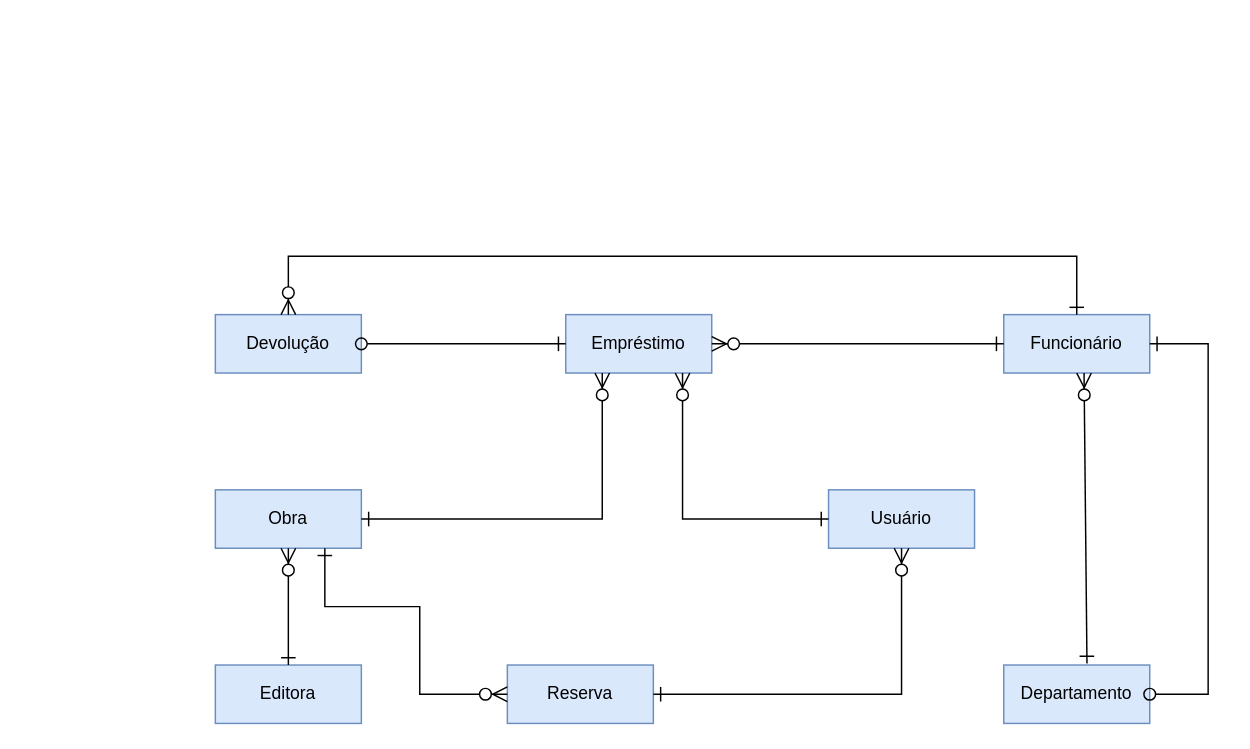
Earlier version of the draw.io diagram DiagramaBiblioteca3forma.drawio (igopotypi/IGORARTES). Source tidied: cells renumbered, new cells numbered last; positions are measured from the earlier drawing's top-left corner, leaving out a move shared by most shapes. Both pictures are drawn from the tidied source at 146%, with x=0, y=0 at pixel (215, 256).
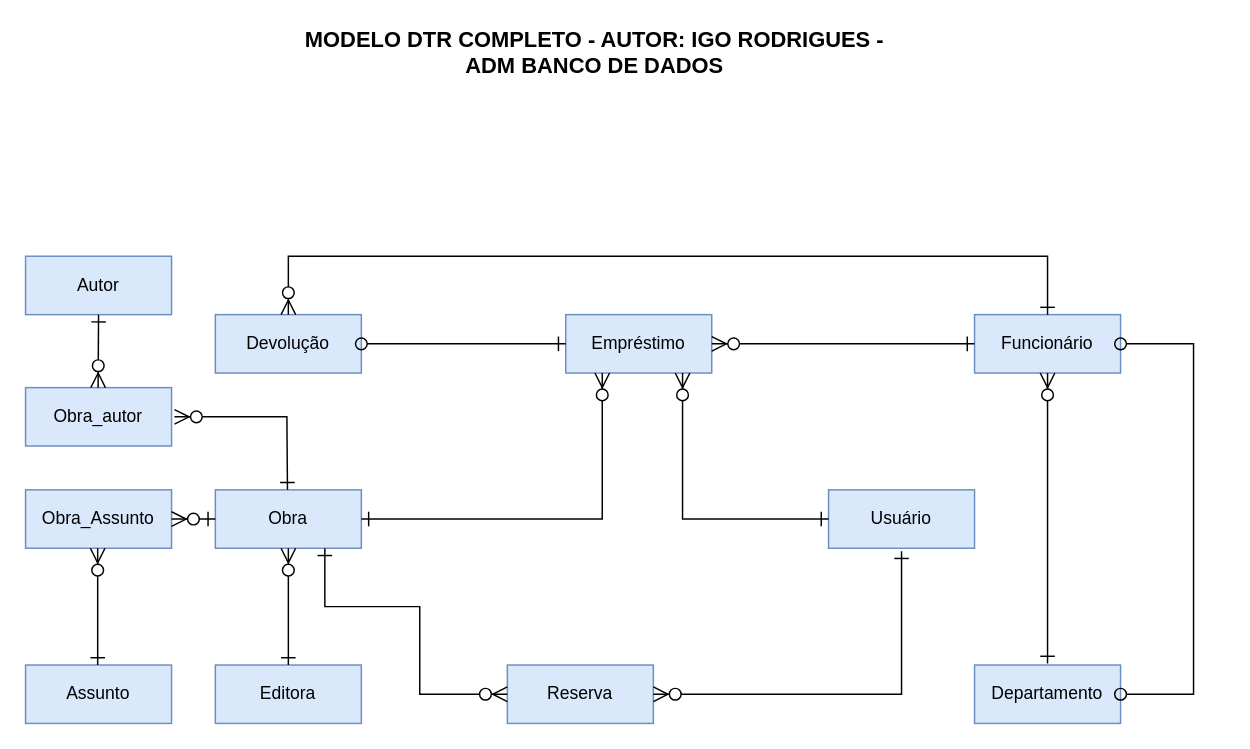
Above is the later version.

The change refers to these unchanged cells:
```xml
<mxCell id="2" value="Obra" style="whiteSpace=wrap;html=1;align=center;fillColor=#dae8fc;strokeColor=#6c8ebf;" parent="1" vertex="1">
  <mxGeometry y="160" width="100" height="40" as="geometry" />
</mxCell>
<mxCell id="3" value="Devolução" style="whiteSpace=wrap;html=1;align=center;fillColor=#dae8fc;strokeColor=#6c8ebf;" parent="1" vertex="1">
  <mxGeometry y="40" width="100" height="40" as="geometry" />
</mxCell>
<mxCell id="7" value="Usuário" style="whiteSpace=wrap;html=1;align=center;fillColor=#dae8fc;strokeColor=#6c8ebf;" parent="1" vertex="1">
  <mxGeometry x="420" y="160" width="100" height="40" as="geometry" />
</mxCell>
<mxCell id="8" value="Reserva" style="whiteSpace=wrap;html=1;align=center;fillColor=#dae8fc;strokeColor=#6c8ebf;" parent="1" vertex="1">
  <mxGeometry x="200" y="280" width="100" height="40" as="geometry" />
</mxCell>
```

What changed in the source:
```diff
@@
     <mxCell id="6" value="Funcionário" style="whiteSpace=wrap;html=1;align=center;fillColor=#dae8fc;strokeColor=#6c8ebf;" parent="1" vertex="1">
-      <mxGeometry x="540" y="40" width="100" height="40" as="geometry" />
+      <mxGeometry x="520" y="40" width="100" height="40" as="geometry" />
     </mxCell>
@@
     <mxCell id="9" value="Departamento" style="whiteSpace=wrap;html=1;align=center;fillColor=#dae8fc;strokeColor=#6c8ebf;" parent="1" vertex="1">
-      <mxGeometry x="540" y="280" width="100" height="40" as="geometry" />
+      <mxGeometry x="520" y="280" width="100" height="40" as="geometry" />
     </mxCell>
@@
     <mxCell id="12" style="endArrow=ERone;html=1;rounded=0;endFill=0;startArrow=ERzeroToMany;startFill=1;entryX=0.5;entryY=0;entryDx=0;entryDy=0;exitX=0.5;exitY=0;exitDx=0;exitDy=0;endSize=8;targetPerimeterSpacing=2;sourcePerimeterSpacing=2;startSize=8;" parent="1" edge="1" source="3" target="6">
       <mxGeometry relative="1" as="geometry">
         <Array as="points">
           <mxPoint x="50" />
-          <mxPoint x="590" />
+          <mxPoint x="570" />
         </Array>
       </mxGeometry>
     </mxCell>
-    <mxCell id="13" style="endArrow=ERzeroToMany;html=1;rounded=0;endFill=1;startArrow=ERone;startFill=0;exitX=0.57;exitY=-0.025;exitDx=0;exitDy=0;exitPerimeter=0;endSize=8;targetPerimeterSpacing=2;sourcePerimeterSpacing=2;startSize=8;" parent="1" edge="1" source="9">
+    <mxCell id="13" style="endArrow=ERzeroToMany;html=1;rounded=0;endFill=1;startArrow=ERone;startFill=0;endSize=8;targetPerimeterSpacing=2;sourcePerimeterSpacing=2;startSize=8;entryX=0.5;entryY=1;entryDx=0;entryDy=0;" parent="1" edge="1" target="6">
       <mxGeometry relative="1" as="geometry">
-        <mxPoint x="595" y="80" as="targetPoint" />
+        <mxPoint x="570" y="279" as="sourcePoint" />
       </mxGeometry>
     </mxCell>
-    <mxCell id="14" style="endArrow=ERone;html=1;rounded=0;endFill=0;startArrow=oval;startFill=0;entryX=1;entryY=0.5;entryDx=0;entryDy=0;exitX=1;exitY=0.5;exitDx=0;exitDy=0;endSize=8;targetPerimeterSpacing=2;sourcePerimeterSpacing=2;startSize=8;" parent="1" edge="1" source="9" target="6">
+    <mxCell id="14" style="endArrow=oval;html=1;rounded=0;endFill=0;startArrow=oval;startFill=0;entryX=1;entryY=0.5;entryDx=0;entryDy=0;exitX=1;exitY=0.5;exitDx=0;exitDy=0;endSize=8;targetPerimeterSpacing=2;sourcePerimeterSpacing=2;startSize=8;" parent="1" edge="1" source="9" target="6">
       <mxGeometry relative="1" as="geometry">
         <Array as="points">
-          <mxPoint x="680" y="300" />
-          <mxPoint x="680" y="60" />
+          <mxPoint x="670" y="300" />
+          <mxPoint x="670" y="60" />
         </Array>
       </mxGeometry>
     </mxCell>
@@
-    <mxCell id="18" style="endArrow=ERzeroToMany;html=1;rounded=0;endFill=1;startArrow=ERone;startFill=0;entryX=0.5;entryY=1;entryDx=0;entryDy=0;exitX=1;exitY=0.5;exitDx=0;exitDy=0;endSize=8;targetPerimeterSpacing=2;sourcePerimeterSpacing=2;startSize=8;" parent="1" edge="1" source="8" target="7">
+    <mxCell id="18" style="endArrow=ERzeroToMany;html=1;rounded=0;endFill=1;startArrow=ERone;startFill=0;endSize=8;targetPerimeterSpacing=2;sourcePerimeterSpacing=2;startSize=8;entryX=1;entryY=0.5;entryDx=0;entryDy=0;" parent="1" edge="1" source="7" target="8">
       <mxGeometry relative="1" as="geometry">
         <Array as="points">
           <mxPoint x="470" y="300" />
         </Array>
       </mxGeometry>
     </mxCell>
@@
+    <mxCell id="20" value="Assunto" style="whiteSpace=wrap;html=1;align=center;fillColor=#dae8fc;strokeColor=#6c8ebf;" parent="1" vertex="1">
+      <mxGeometry x="-130" y="280" width="100" height="40" as="geometry" />
+    </mxCell>
+    <mxCell id="21" value="Obra_Assunto" style="whiteSpace=wrap;html=1;align=center;fillColor=#dae8fc;strokeColor=#6c8ebf;" parent="1" vertex="1">
+      <mxGeometry x="-130" y="160" width="100" height="40" as="geometry" />
+    </mxCell>
+    <mxCell id="22" value="Obra_autor" style="whiteSpace=wrap;html=1;align=center;fillColor=#dae8fc;strokeColor=#6c8ebf;" parent="1" vertex="1">
+      <mxGeometry x="-130" y="90" width="100" height="40" as="geometry" />
+    </mxCell>
+    <mxCell id="23" value="Autor" style="whiteSpace=wrap;html=1;align=center;fillColor=#dae8fc;strokeColor=#6c8ebf;" parent="1" vertex="1">
+      <mxGeometry x="-130" width="100" height="40" as="geometry" />
+    </mxCell>
+    <mxCell id="24" style="endArrow=ERzeroToMany;html=1;rounded=0;endFill=1;startArrow=ERone;startFill=0;exitX=0.5;exitY=0;exitDx=0;exitDy=0;endSize=8;targetPerimeterSpacing=2;sourcePerimeterSpacing=2;startSize=8;" parent="1" edge="1">
+      <mxGeometry relative="1" as="geometry">
+        <mxPoint x="-80.6" y="280" as="sourcePoint" />
+        <mxPoint x="-80.6" y="200" as="targetPoint" />
+      </mxGeometry>
+    </mxCell>
+    <mxCell id="25" style="endArrow=ERzeroToMany;html=1;rounded=0;endFill=1;startArrow=ERone;startFill=0;exitX=0.5;exitY=0;exitDx=0;exitDy=0;endSize=8;targetPerimeterSpacing=2;sourcePerimeterSpacing=2;startSize=8;edgeStyle=elbowEdgeStyle;" parent="1" edge="1" target="22">
+      <mxGeometry relative="1" as="geometry">
+        <mxPoint x="49.4" y="160" as="sourcePoint" />
+        <Array as="points">
+          <mxPoint x="49" y="110" />
+        </Array>
+      </mxGeometry>
+    </mxCell>
+    <mxCell id="26" style="endArrow=ERzeroToMany;html=1;rounded=0;endFill=1;startArrow=ERone;startFill=0;exitX=0;exitY=0.5;exitDx=0;exitDy=0;endSize=8;targetPerimeterSpacing=2;sourcePerimeterSpacing=2;startSize=8;entryX=1;entryY=0.5;entryDx=0;entryDy=0;" parent="1" edge="1" source="2" target="21">
+      <mxGeometry relative="1" as="geometry" />
+    </mxCell>
+    <mxCell id="27" style="endArrow=ERzeroToMany;html=1;rounded=0;endFill=1;startArrow=ERone;startFill=0;exitX=0.5;exitY=1;exitDx=0;exitDy=0;endSize=8;targetPerimeterSpacing=2;sourcePerimeterSpacing=2;startSize=8;" parent="1" edge="1" source="23">
+      <mxGeometry relative="1" as="geometry">
+        <mxPoint x="-80.3" y="90" as="targetPoint" />
+      </mxGeometry>
+    </mxCell>
+    <mxCell id="28" value="MODELO DTR COMPLETO - AUTOR: IGO RODRIGUES - &lt;br&gt;ADM BANCO DE DADOS" style="text;html=1;strokeColor=none;fillColor=none;align=center;verticalAlign=middle;whiteSpace=wrap;rounded=0;fontStyle=1;fontSize=15;" parent="1" vertex="1">
+      <mxGeometry y="-150" width="520" height="20" as="geometry" />
+    </mxCell>
```
